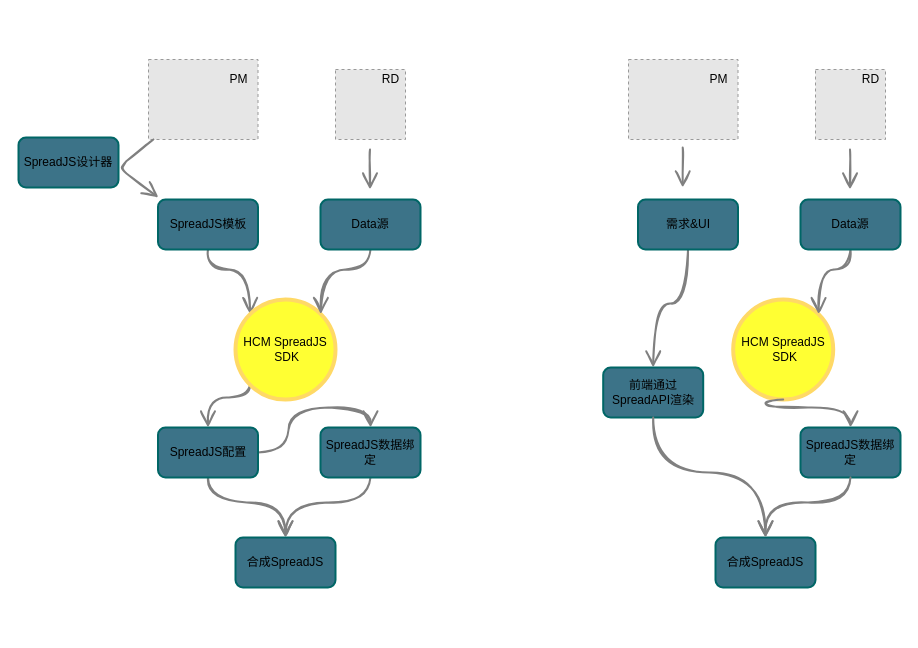
Above: Untitled Diagram.drawio in ziloLiang/ziloLiang.github.io (draw.io), before the change. Source tidied: cells renumbered, new cells numbered last; positions are measured from the earlier drawing's top-left corner, leaving out a move shared by most shapes. Both pictures are drawn from the tidied source at 100%, with x=0, y=0 at pixel (18, 59). Pictures stored in the file or linked from it are replaced by grey dashed boxes.
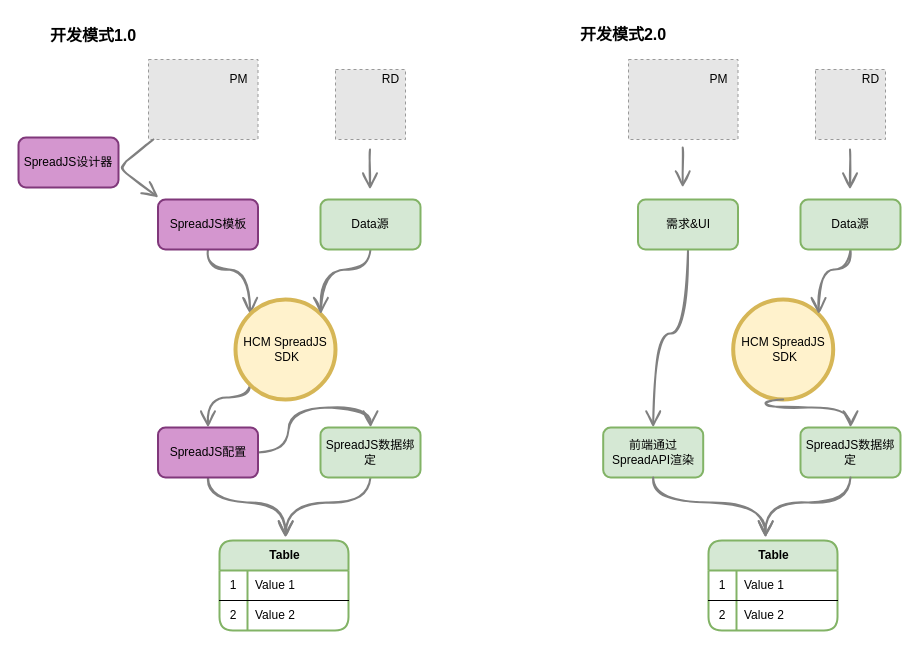
After the change.

Unchanged cells that the change refers to:
```xml
<mxCell id="21" style="group;" parent="1" vertex="1">
  <mxGeometry x="480" width="402" height="528" as="geometry" />
</mxCell>
```

Change to the diagram source:
```diff
@@
-    <mxCell id="3" value="SpreadJS模板" style="rounded=1;whiteSpace=wrap;html=1;strokeWidth=2;fillColor=#3c7388;strokeColor=#006666;" parent="1" vertex="1">
+    <mxCell id="3" value="SpreadJS模板" style="rounded=1;whiteSpace=wrap;html=1;strokeWidth=2;fillColor=#d496cf;strokeColor=#80387b;" parent="1" vertex="1">
       <mxGeometry x="139.5" y="140" width="100" height="50" as="geometry" />
     </mxCell>
@@
-    <mxCell id="9" value="HCM SpreadJS&lt;br&gt;&amp;nbsp;SDK" style="ellipse;whiteSpace=wrap;html=1;strokeColor=#FFD966;strokeWidth=4;fillColor=#FFFF33;gradientColor=none;" parent="1" vertex="1">
+    <mxCell id="9" value="HCM SpreadJS&lt;br&gt;&amp;nbsp;SDK" style="ellipse;whiteSpace=wrap;html=1;strokeColor=#d6b656;strokeWidth=4;fillColor=#fff2cc;" parent="1" vertex="1">
       <mxGeometry x="217" y="240" width="100" height="100" as="geometry" />
     </mxCell>
@@
-    <mxCell id="11" value="Data源" style="rounded=1;whiteSpace=wrap;html=1;strokeWidth=2;fillColor=#3c7388;strokeColor=#006666;" parent="1" vertex="1">
+    <mxCell id="11" value="Data源" style="rounded=1;whiteSpace=wrap;html=1;strokeWidth=2;fillColor=#d5e8d4;strokeColor=#82b366;" parent="1" vertex="1">
       <mxGeometry x="302" y="140" width="100" height="50" as="geometry" />
     </mxCell>
@@
-    <mxCell id="13" value="SpreadJS设计器" style="rounded=1;whiteSpace=wrap;html=1;strokeWidth=2;fillColor=#3c7388;strokeColor=#006666;" parent="1" vertex="1">
+    <mxCell id="13" value="SpreadJS设计器" style="rounded=1;whiteSpace=wrap;html=1;strokeWidth=2;fillColor=#d496cf;strokeColor=#80387b;" parent="1" vertex="1">
       <mxGeometry y="78" width="100" height="50" as="geometry" />
     </mxCell>
@@
-    <mxCell id="16" style="edgeStyle=orthogonalEdgeStyle;curved=1;rounded=0;sketch=1;jumpStyle=none;jumpSize=5;jettySize=auto;html=1;exitX=0.5;exitY=1;exitDx=0;exitDy=0;entryX=0.5;entryY=0;entryDx=0;entryDy=0;shadow=0;endArrow=open;endFill=0;endSize=12;strokeColor=#808080;strokeWidth=2;" parent="1" edge="1" source="17" target="20">
-      <mxGeometry relative="1" as="geometry" />
+    <mxCell id="16" style="edgeStyle=orthogonalEdgeStyle;curved=1;rounded=0;sketch=1;jumpStyle=none;jumpSize=5;jettySize=auto;html=1;exitX=0.5;exitY=1;exitDx=0;exitDy=0;entryX=0.5;entryY=0;entryDx=0;entryDy=0;shadow=0;endArrow=open;endFill=0;endSize=12;strokeColor=#808080;strokeWidth=2;" parent="1" edge="1" source="17">
+      <mxGeometry relative="1" as="geometry">
+        <mxPoint x="267" y="478" as="targetPoint" />
+      </mxGeometry>
     </mxCell>
-    <mxCell id="17" value="SpreadJS配置" style="rounded=1;whiteSpace=wrap;html=1;strokeWidth=2;fillColor=#3c7388;strokeColor=#006666;" parent="1" vertex="1">
+    <mxCell id="17" value="SpreadJS配置" style="rounded=1;whiteSpace=wrap;html=1;strokeWidth=2;fillColor=#d496cf;strokeColor=#80387b;" parent="1" vertex="1">
       <mxGeometry x="139.5" y="368" width="100" height="50" as="geometry" />
     </mxCell>
-    <mxCell id="18" style="edgeStyle=orthogonalEdgeStyle;curved=1;rounded=0;sketch=1;jumpStyle=none;jumpSize=5;jettySize=auto;html=1;exitX=0.5;exitY=1;exitDx=0;exitDy=0;entryX=0.5;entryY=0;entryDx=0;entryDy=0;shadow=0;endArrow=open;endFill=0;endSize=12;strokeColor=#808080;strokeWidth=2;" parent="1" edge="1" source="19" target="20">
-      <mxGeometry relative="1" as="geometry" />
+    <mxCell id="18" style="edgeStyle=orthogonalEdgeStyle;curved=1;rounded=0;sketch=1;jumpStyle=none;jumpSize=5;jettySize=auto;html=1;exitX=0.5;exitY=1;exitDx=0;exitDy=0;entryX=0.5;entryY=0;entryDx=0;entryDy=0;shadow=0;endArrow=open;endFill=0;endSize=12;strokeColor=#808080;strokeWidth=2;" parent="1" edge="1" source="19">
+      <mxGeometry relative="1" as="geometry">
+        <mxPoint x="267" y="478" as="targetPoint" />
+      </mxGeometry>
     </mxCell>
-    <mxCell id="19" value="SpreadJS数据绑定" style="rounded=1;whiteSpace=wrap;html=1;strokeWidth=2;fillColor=#3c7388;strokeColor=#006666;" parent="1" vertex="1">
+    <mxCell id="19" value="SpreadJS数据绑定" style="rounded=1;whiteSpace=wrap;html=1;strokeWidth=2;fillColor=#d5e8d4;strokeColor=#82b366;" parent="1" vertex="1">
       <mxGeometry x="302" y="368" width="100" height="50" as="geometry" />
     </mxCell>
-    <mxCell id="20" value="合成SpreadJS" style="rounded=1;whiteSpace=wrap;html=1;strokeWidth=2;fillColor=#3c7388;strokeColor=#006666;" parent="1" vertex="1">
-      <mxGeometry x="217" y="478" width="100" height="50" as="geometry" />
-    </mxCell>
@@
-    <mxCell id="23" value="需求&amp;amp;UI" style="rounded=1;whiteSpace=wrap;html=1;strokeWidth=2;fillColor=#3c7388;strokeColor=#006666;" parent="21" vertex="1">
+    <mxCell id="23" value="需求&amp;amp;UI" style="rounded=1;whiteSpace=wrap;html=1;strokeWidth=2;fillColor=#d5e8d4;strokeColor=#82b366;" parent="21" vertex="1">
       <mxGeometry x="139.5" y="140" width="100" height="50" as="geometry" />
     </mxCell>
@@
-    <mxCell id="28" value="HCM SpreadJS&lt;br&gt;&amp;nbsp;SDK" style="ellipse;whiteSpace=wrap;html=1;strokeColor=#FFD966;strokeWidth=4;fillColor=#FFFF33;gradientColor=none;" parent="21" vertex="1">
+    <mxCell id="28" value="HCM SpreadJS&lt;br&gt;&amp;nbsp;SDK" style="ellipse;whiteSpace=wrap;html=1;strokeColor=#d6b656;strokeWidth=4;fillColor=#fff2cc;" parent="21" vertex="1">
       <mxGeometry x="234.7" y="240" width="100" height="100" as="geometry" />
     </mxCell>
@@
-    <mxCell id="30" value="Data源" style="rounded=1;whiteSpace=wrap;html=1;strokeWidth=2;fillColor=#3c7388;strokeColor=#006666;" parent="21" vertex="1">
+    <mxCell id="30" value="Data源" style="rounded=1;whiteSpace=wrap;html=1;strokeWidth=2;fillColor=#d5e8d4;strokeColor=#82b366;" parent="21" vertex="1">
       <mxGeometry x="302" y="140" width="100" height="50" as="geometry" />
     </mxCell>
@@
-    <mxCell id="32" value="前端通过SpreadAPI渲染" style="rounded=1;whiteSpace=wrap;html=1;strokeWidth=2;fillColor=#3c7388;strokeColor=#006666;" parent="21" vertex="1">
-      <mxGeometry x="104.7" y="308" width="100" height="50" as="geometry" />
+    <mxCell id="32" value="前端通过SpreadAPI渲染" style="rounded=1;whiteSpace=wrap;html=1;strokeWidth=2;fillColor=#d5e8d4;strokeColor=#82b366;" parent="21" vertex="1">
+      <mxGeometry x="104.7" y="368" width="100" height="50" as="geometry" />
     </mxCell>
-    <mxCell id="33" value="SpreadJS数据绑定" style="rounded=1;whiteSpace=wrap;html=1;strokeWidth=2;fillColor=#3c7388;strokeColor=#006666;" parent="21" vertex="1">
+    <mxCell id="33" value="SpreadJS数据绑定" style="rounded=1;whiteSpace=wrap;html=1;strokeWidth=2;fillColor=#d5e8d4;strokeColor=#82b366;" parent="21" vertex="1">
       <mxGeometry x="302" y="368" width="100" height="50" as="geometry" />
     </mxCell>
@@
-    <mxCell id="35" value="合成SpreadJS" style="rounded=1;whiteSpace=wrap;html=1;strokeWidth=2;fillColor=#3c7388;strokeColor=#006666;" parent="21" vertex="1">
-      <mxGeometry x="217" y="478" width="100" height="50" as="geometry" />
-    </mxCell>
-    <mxCell id="36" style="edgeStyle=orthogonalEdgeStyle;curved=1;rounded=0;sketch=1;jumpStyle=none;jumpSize=5;jettySize=auto;html=1;exitX=0.5;exitY=1;exitDx=0;exitDy=0;entryX=0.5;entryY=0;entryDx=0;entryDy=0;shadow=0;endArrow=open;endFill=0;endSize=12;strokeColor=#808080;strokeWidth=2;" parent="21" edge="1" source="32" target="35">
-      <mxGeometry relative="1" as="geometry" />
+    <mxCell id="36" style="edgeStyle=orthogonalEdgeStyle;curved=1;rounded=0;sketch=1;jumpStyle=none;jumpSize=5;jettySize=auto;html=1;exitX=0.5;exitY=1;exitDx=0;exitDy=0;entryX=0.5;entryY=0;entryDx=0;entryDy=0;shadow=0;endArrow=open;endFill=0;endSize=12;strokeColor=#808080;strokeWidth=2;" parent="21" edge="1" source="32">
+      <mxGeometry relative="1" as="geometry">
+        <mxPoint x="267" y="478" as="targetPoint" />
+      </mxGeometry>
     </mxCell>
-    <mxCell id="37" style="edgeStyle=orthogonalEdgeStyle;curved=1;rounded=0;sketch=1;jumpStyle=none;jumpSize=5;jettySize=auto;html=1;exitX=0.5;exitY=1;exitDx=0;exitDy=0;entryX=0.5;entryY=0;entryDx=0;entryDy=0;shadow=0;endArrow=open;endFill=0;endSize=12;strokeColor=#808080;strokeWidth=2;" parent="21" edge="1" source="33" target="35">
-      <mxGeometry relative="1" as="geometry" />
+    <mxCell id="37" style="edgeStyle=orthogonalEdgeStyle;curved=1;rounded=0;sketch=1;jumpStyle=none;jumpSize=5;jettySize=auto;html=1;exitX=0.5;exitY=1;exitDx=0;exitDy=0;entryX=0.5;entryY=0;entryDx=0;entryDy=0;shadow=0;endArrow=open;endFill=0;endSize=12;strokeColor=#808080;strokeWidth=2;" parent="21" edge="1" source="33">
+      <mxGeometry relative="1" as="geometry">
+        <mxPoint x="267" y="478" as="targetPoint" />
+      </mxGeometry>
     </mxCell>
@@
+    <mxCell id="39" value="&lt;b&gt;&lt;font style=&quot;font-size: 16px&quot;&gt;开发模式1.0&lt;/font&gt;&lt;/b&gt;" style="text;html=1;strokeColor=none;fillColor=none;align=center;verticalAlign=middle;whiteSpace=wrap;rounded=0;" parent="1" vertex="1">
+      <mxGeometry x="30" y="-41" width="90" height="33.8" as="geometry" />
+    </mxCell>
+    <mxCell id="40" value="&lt;b&gt;&lt;font style=&quot;font-size: 16px&quot;&gt;开发模式2.0&lt;/font&gt;&lt;/b&gt;" style="text;html=1;strokeColor=none;fillColor=none;align=center;verticalAlign=middle;whiteSpace=wrap;rounded=0;" parent="1" vertex="1">
+      <mxGeometry x="560" y="-42" width="90" height="33.8" as="geometry" />
+    </mxCell>
+    <mxCell id="41" value="Table" style="shape=table;startSize=30;childLayout=tableLayout;rowLines=0;fontStyle=1;align=center;rounded=1;strokeColor=#82b366;strokeWidth=2;fillColor=#d5e8d4;html=1;" parent="1" vertex="1">
+      <mxGeometry x="201" y="481" width="129" height="90" as="geometry" />
+    </mxCell>
+    <mxCell id="42" style="shape=partialRectangle;html=1;whiteSpace=wrap;fillColor=none;top=0;left=0;bottom=1;right=0;" parent="41" vertex="1">
+      <mxGeometry y="30" width="129" height="30" as="geometry" />
+    </mxCell>
+    <mxCell id="43" value="1" style="shape=partialRectangle;html=1;whiteSpace=wrap;fillColor=none;top=0;left=0;bottom=0;right=0;overflow=hidden;" parent="42" vertex="1">
+      <mxGeometry width="28" height="30" as="geometry" />
+    </mxCell>
+    <mxCell id="44" value="Value 1" style="shape=partialRectangle;html=1;whiteSpace=wrap;fillColor=none;top=0;left=0;bottom=0;right=0;align=left;spacingLeft=6;overflow=hidden;" parent="42" vertex="1">
+      <mxGeometry x="28" width="101" height="30" as="geometry" />
+    </mxCell>
+    <mxCell id="45" style="shape=partialRectangle;html=1;whiteSpace=wrap;fillColor=none;top=0;left=0;bottom=0;right=0;" parent="41" vertex="1">
+      <mxGeometry y="60" width="129" height="30" as="geometry" />
+    </mxCell>
+    <mxCell id="46" value="2" style="shape=partialRectangle;html=1;whiteSpace=wrap;fillColor=none;top=0;left=0;bottom=0;right=0;overflow=hidden;" parent="45" vertex="1">
+      <mxGeometry width="28" height="30" as="geometry" />
+    </mxCell>
+    <mxCell id="47" value="Value 2" style="shape=partialRectangle;html=1;whiteSpace=wrap;fillColor=none;top=0;left=0;bottom=0;right=0;align=left;spacingLeft=6;overflow=hidden;" parent="45" vertex="1">
+      <mxGeometry x="28" width="101" height="30" as="geometry" />
+    </mxCell>
+    <mxCell id="48" value="Table" style="shape=table;startSize=30;childLayout=tableLayout;rowLines=0;fontStyle=1;align=center;rounded=1;strokeColor=#82b366;strokeWidth=2;fillColor=#d5e8d4;html=1;" parent="1" vertex="1">
+      <mxGeometry x="690" y="481" width="129" height="90" as="geometry" />
+    </mxCell>
+    <mxCell id="49" style="shape=partialRectangle;html=1;whiteSpace=wrap;fillColor=none;top=0;left=0;bottom=1;right=0;" parent="48" vertex="1">
+      <mxGeometry y="30" width="129" height="30" as="geometry" />
+    </mxCell>
+    <mxCell id="50" value="1" style="shape=partialRectangle;html=1;whiteSpace=wrap;fillColor=none;top=0;left=0;bottom=0;right=0;overflow=hidden;" parent="49" vertex="1">
+      <mxGeometry width="28" height="30" as="geometry" />
+    </mxCell>
+    <mxCell id="51" value="Value 1" style="shape=partialRectangle;html=1;whiteSpace=wrap;fillColor=none;top=0;left=0;bottom=0;right=0;align=left;spacingLeft=6;overflow=hidden;" parent="49" vertex="1">
+      <mxGeometry x="28" width="101" height="30" as="geometry" />
+    </mxCell>
+    <mxCell id="52" style="shape=partialRectangle;html=1;whiteSpace=wrap;fillColor=none;top=0;left=0;bottom=0;right=0;" parent="48" vertex="1">
+      <mxGeometry y="60" width="129" height="30" as="geometry" />
+    </mxCell>
+    <mxCell id="53" value="2" style="shape=partialRectangle;html=1;whiteSpace=wrap;fillColor=none;top=0;left=0;bottom=0;right=0;overflow=hidden;" parent="52" vertex="1">
+      <mxGeometry width="28" height="30" as="geometry" />
+    </mxCell>
+    <mxCell id="54" value="Value 2" style="shape=partialRectangle;html=1;whiteSpace=wrap;fillColor=none;top=0;left=0;bottom=0;right=0;align=left;spacingLeft=6;overflow=hidden;" parent="52" vertex="1">
+      <mxGeometry x="28" width="101" height="30" as="geometry" />
+    </mxCell>
```
